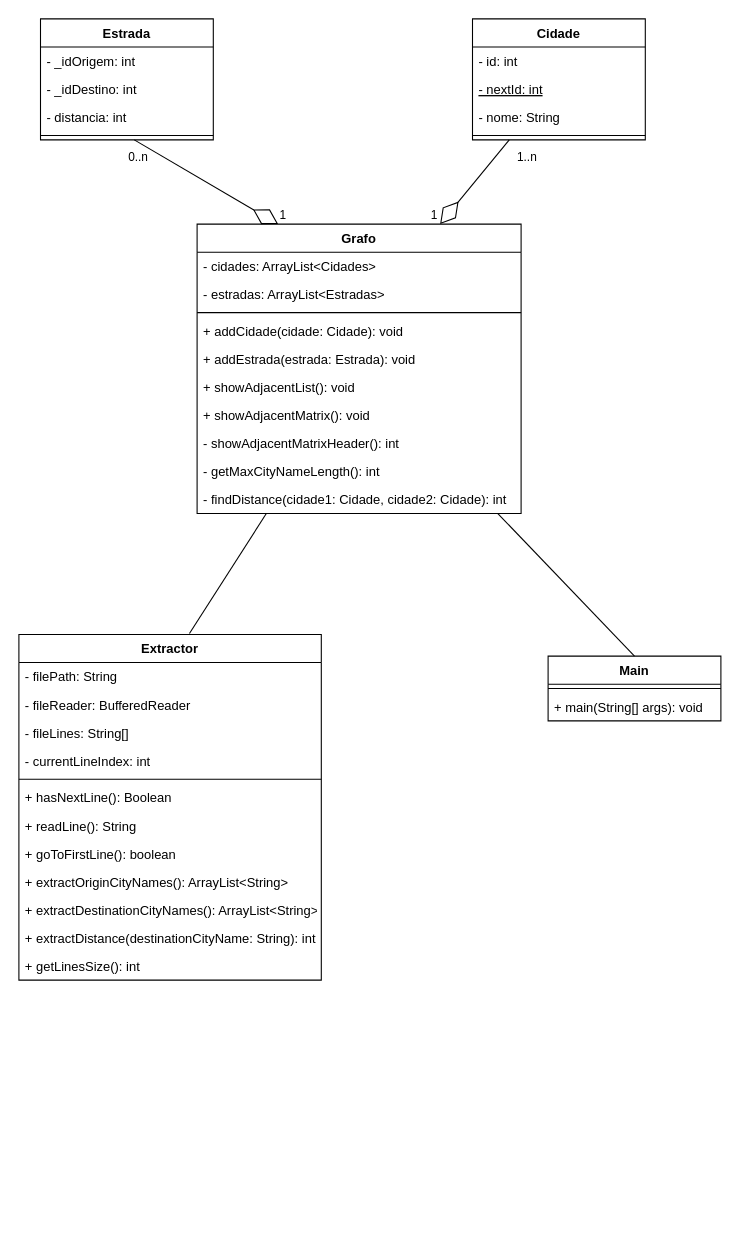
puc-aulas/lpm-noite-quarta-pl-PauloRubinger keeps this draw.io diagram as docs/diagramas/classDiagram.drawio. Above is the earlier version. Source tidied: cells renumbered, new cells numbered last; positions are measured from the earlier drawing's top-left corner, leaving out a move shared by most shapes. Both pictures are drawn from the tidied source at 108%, with x=0, y=0 at pixel (18, 18).
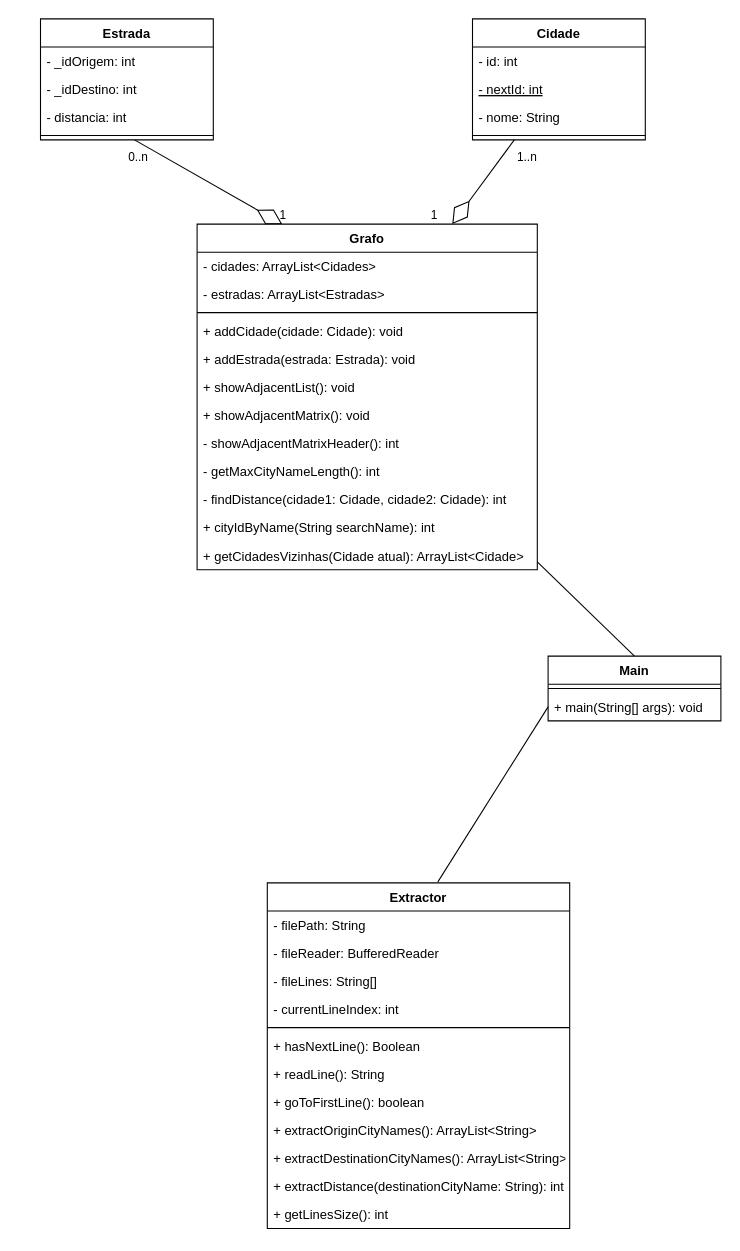
After the change.

Commit message (it also covers changes not shown here):
ajustando diagrama e classe principal para ler o arquivo de rotas

The change refers to these unchanged cells:
```xml
<mxCell id="15" value="+ main(String[] args): void" style="text;strokeColor=none;fillColor=none;align=left;verticalAlign=top;spacingLeft=4;spacingRight=4;overflow=hidden;points=[[0,0.5],[1,0.5]];portConstraint=eastwest;" parent="13" vertex="1">
  <mxGeometry y="34" width="160" height="26" as="geometry" />
</mxCell>
```

Diff of the diagram source:
```diff
@@
     <mxCell id="2" value="Grafo" style="swimlane;fontStyle=1;align=center;verticalAlign=top;horizontal=1;startSize=26;" parent="1" vertex="1">
-      <mxGeometry x="165" y="190" width="300" height="268" as="geometry" />
+      <mxGeometry x="165" y="190" width="315" height="320" as="geometry" />
     </mxCell>
     <mxCell id="3" value="- cidades: ArrayList&lt;Cidades&gt;" style="text;strokeColor=none;fillColor=none;align=left;verticalAlign=top;spacingLeft=4;spacingRight=4;overflow=hidden;" parent="2" vertex="1">
-      <mxGeometry y="26" width="300" height="26" as="geometry" />
+      <mxGeometry y="26" width="315" height="26" as="geometry" />
     </mxCell>
     <mxCell id="4" value="- estradas: ArrayList&lt;Estradas&gt;" style="text;strokeColor=none;fillColor=none;align=left;verticalAlign=top;spacingLeft=4;spacingRight=4;overflow=hidden;" parent="2" vertex="1">
-      <mxGeometry y="52" width="300" height="26" as="geometry" />
+      <mxGeometry y="52" width="315" height="26" as="geometry" />
     </mxCell>
     <mxCell id="5" style="line;strokeWidth=1;fillColor=none;align=left;verticalAlign=middle;spacingTop=-1;spacingLeft=3;spacingRight=3;labelPosition=right;strokeColor=inherit;" parent="2" vertex="1">
-      <mxGeometry y="78" width="300" height="8" as="geometry" />
+      <mxGeometry y="78" width="315" height="8" as="geometry" />
     </mxCell>
     <mxCell id="6" value="+ addCidade(cidade: Cidade): void" style="text;strokeColor=none;fillColor=none;align=left;verticalAlign=top;spacingLeft=4;spacingRight=4;overflow=hidden;" parent="2" vertex="1">
-      <mxGeometry y="86" width="300" height="26" as="geometry" />
+      <mxGeometry y="86" width="315" height="26" as="geometry" />
     </mxCell>
     <mxCell id="7" value="+ addEstrada(estrada: Estrada): void" style="text;strokeColor=none;fillColor=none;align=left;verticalAlign=top;spacingLeft=4;spacingRight=4;overflow=hidden;" parent="2" vertex="1">
-      <mxGeometry y="112" width="300" height="26" as="geometry" />
+      <mxGeometry y="112" width="315" height="26" as="geometry" />
     </mxCell>
     <mxCell id="8" value="+ showAdjacentList(): void" style="text;strokeColor=none;fillColor=none;align=left;verticalAlign=top;spacingLeft=4;spacingRight=4;overflow=hidden;" parent="2" vertex="1">
-      <mxGeometry y="138" width="300" height="26" as="geometry" />
+      <mxGeometry y="138" width="315" height="26" as="geometry" />
     </mxCell>
     <mxCell id="9" value="+ showAdjacentMatrix(): void" style="text;strokeColor=none;fillColor=none;align=left;verticalAlign=top;spacingLeft=4;spacingRight=4;overflow=hidden;" parent="2" vertex="1">
-      <mxGeometry y="164" width="300" height="26" as="geometry" />
+      <mxGeometry y="164" width="315" height="26" as="geometry" />
     </mxCell>
     <mxCell id="10" value="- showAdjacentMatrixHeader(): int" style="text;strokeColor=none;fillColor=none;align=left;verticalAlign=top;spacingLeft=4;spacingRight=4;overflow=hidden;" parent="2" vertex="1">
-      <mxGeometry y="190" width="300" height="26" as="geometry" />
+      <mxGeometry y="190" width="315" height="26" as="geometry" />
     </mxCell>
     <mxCell id="11" value="- getMaxCityNameLength(): int" style="text;strokeColor=none;fillColor=none;align=left;verticalAlign=top;spacingLeft=4;spacingRight=4;overflow=hidden;" parent="2" vertex="1">
-      <mxGeometry y="216" width="300" height="26" as="geometry" />
+      <mxGeometry y="216" width="315" height="26" as="geometry" />
     </mxCell>
     <mxCell id="12" value="- findDistance(cidade1: Cidade, cidade2: Cidade): int" style="text;strokeColor=none;fillColor=none;align=left;verticalAlign=top;spacingLeft=4;spacingRight=4;overflow=hidden;" parent="2" vertex="1">
-      <mxGeometry y="242" width="300" height="26" as="geometry" />
+      <mxGeometry y="242" width="315" height="26" as="geometry" />
     </mxCell>
+    <mxCell id="47" value="+ cityIdByName(String searchName): int" style="text;strokeColor=none;fillColor=none;align=left;verticalAlign=top;spacingLeft=4;spacingRight=4;overflow=hidden;" parent="2" vertex="1">
+      <mxGeometry y="268" width="315" height="26" as="geometry" />
+    </mxCell>
+    <mxCell id="48" value="+ getCidadesVizinhas(Cidade atual): ArrayList&lt;Cidade&gt;" style="text;strokeColor=none;fillColor=none;align=left;verticalAlign=top;spacingLeft=4;spacingRight=4;overflow=hidden;" parent="2" vertex="1">
+      <mxGeometry y="294" width="315" height="26" as="geometry" />
+    </mxCell>
@@
     <mxCell id="26" value="Extractor" style="swimlane;fontStyle=1;align=center;verticalAlign=top;horizontal=1;startSize=26;" parent="1" vertex="1">
-      <mxGeometry y="570" width="280" height="320" as="geometry" />
+      <mxGeometry x="230" y="800" width="280" height="320" as="geometry" />
     </mxCell>
@@
-    <mxCell id="45" style="endArrow=none;html=1;exitX=0.564;exitY=-0.003;exitDx=0;exitDy=0;exitPerimeter=0;" parent="1" edge="1" source="26" target="2">
+    <mxCell id="45" style="endArrow=none;html=1;exitX=0.564;exitY=-0.003;exitDx=0;exitDy=0;exitPerimeter=0;entryX=0;entryY=0.5;entryDx=0;entryDy=0;" parent="1" edge="1" source="26" target="15">
       <mxGeometry relative="1" as="geometry" />
     </mxCell>
```
